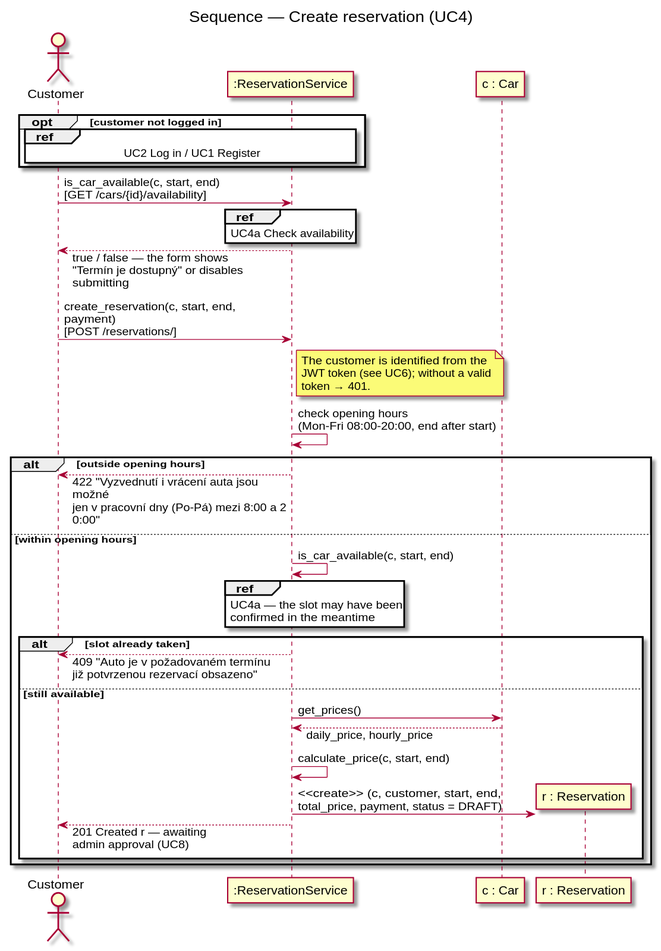
DavidMagyarics/CarRentalVSB keeps this PlantUML diagram as docs/diagrams/sequence-make-reservation.svg. Above is the earlier version.
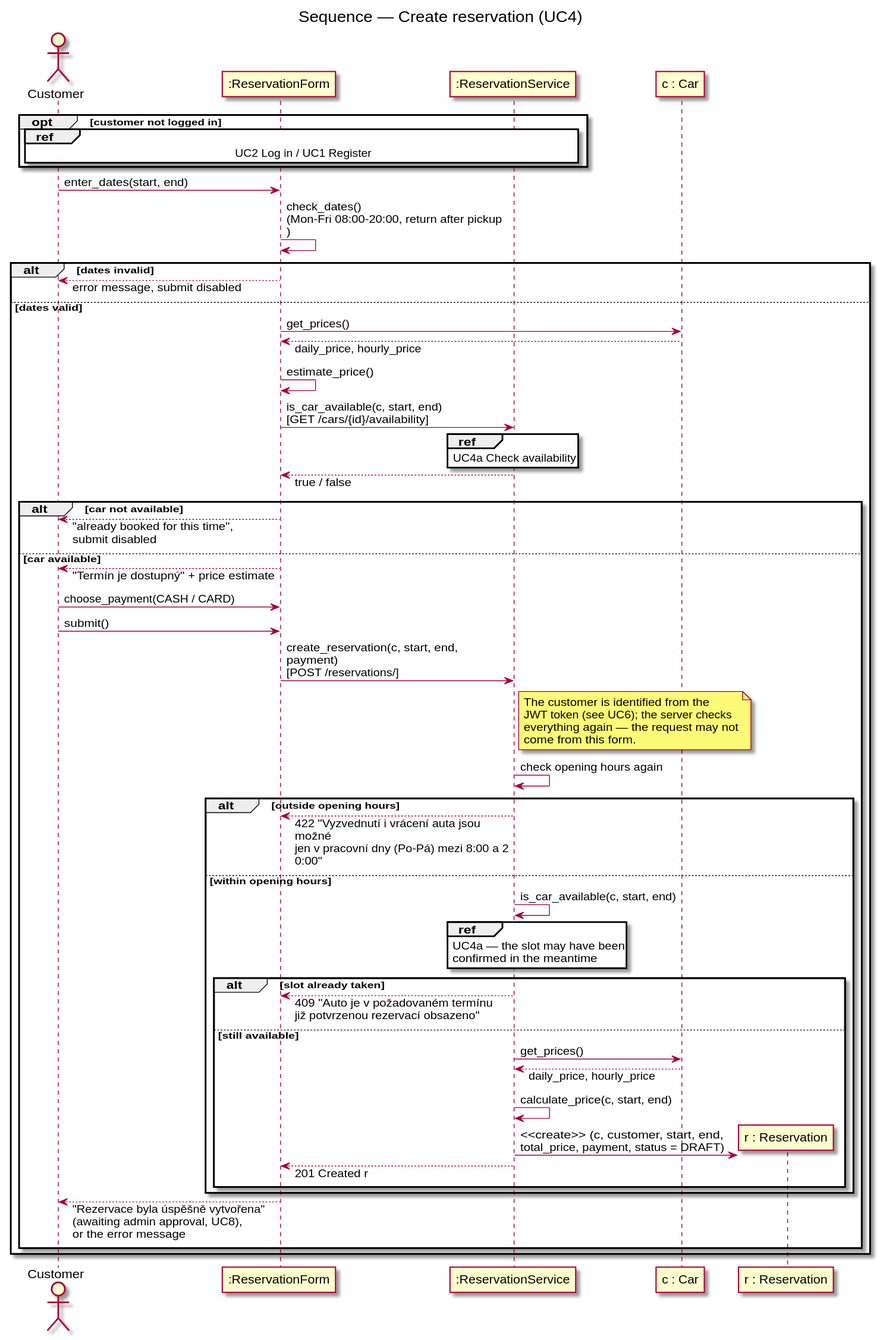
The same file after the commit.

Change to the diagram source:
```diff
@@ -4,6 +4,7 @@
 skinparam maxMessageSize 260
 title Sequence — Create reservation (UC4)
 actor Customer
+participant ":ReservationForm" as Form
 participant ":ReservationService" as Res
 participant "c : Car" as C
 participant "r : Reservation" as R
@@ -12,32 +13,51 @@
   ref over Customer, Res : UC2 Log in / UC1 Register
 end
 
-Customer -> Res : is_car_available(c, start, end)\n[GET /cars/{id}/availability]
-ref over Res : UC4a Check availability
-Res --> Customer : true / false — the form shows\n"Termín je dostupný" or disables submitting
+Customer -> Form : enter_dates(start, end)
+Form -> Form : check_dates()\n(Mon-Fri 08:00-20:00, return after pickup)
 
-Customer -> Res : create_reservation(c, start, end, payment)\n[POST /reservations/]
-note right of Res
-  The customer is identified from the
-  JWT token (see UC6); without a valid
-  token → 401.
-end note
-Res -> Res : check opening hours\n(Mon-Fri 08:00-20:00, end after start)
+alt dates invalid
+  Form --> Customer : error message, submit disabled
+else dates valid
+  Form -> C : get_prices()
+  C --> Form : daily_price, hourly_price
+  Form -> Form : estimate_price()
+  Form -> Res : is_car_available(c, start, end)\n[GET /cars/{id}/availability]
+  ref over Res : UC4a Check availability
+  Res --> Form : true / false
 
-alt outside opening hours
-  Res --> Customer : 422 "Vyzvednutí i vrácení auta jsou možné\njen v pracovní dny (Po-Pá) mezi 8:00 a 20:00"
-else within opening hours
-  Res -> Res : is_car_available(c, start, end)
-  ref over Res : UC4a — the slot may have been\nconfirmed in the meantime
-  alt slot already taken
-    Res --> Customer : 409 "Auto je v požadovaném termínu\njiž potvrzenou rezervací obsazeno"
-  else still available
-    Res -> C : get_prices()
-    C --> Res : daily_price, hourly_price
-    Res -> Res : calculate_price(c, start, end)
-    create R
-    Res -> R : <<create>> (c, customer, start, end,\ntotal_price, payment, status = DRAFT)
-    Res --> Customer : 201 Created r — awaiting\nadmin approval (UC8)
+  alt car not available
+    Form --> Customer : "already booked for this time",\nsubmit disabled
+  else car available
+    Form --> Customer : "Termín je dostupný" + price estimate
+    Customer -> Form : choose_payment(CASH / CARD)
+    Customer -> Form : submit()
+    Form -> Res : create_reservation(c, start, end, payment)\n[POST /reservations/]
+    note right of Res
+      The customer is identified from the
+      JWT token (see UC6); the server checks
+      everything again — the request may not
+      come from this form.
+    end note
+    Res -> Res : check opening hours again
+
+    alt outside opening hours
+      Res --> Form : 422 "Vyzvednutí i vrácení auta jsou možné\njen v pracovní dny (Po-Pá) mezi 8:00 a 20:00"
+    else within opening hours
+      Res -> Res : is_car_available(c, start, end)
+      ref over Res : UC4a — the slot may have been\nconfirmed in the meantime
+      alt slot already taken
+        Res --> Form : 409 "Auto je v požadovaném termínu\njiž potvrzenou rezervací obsazeno"
+      else still available
+        Res -> C : get_prices()
+        C --> Res : daily_price, hourly_price
+        Res -> Res : calculate_price(c, start, end)
+        create R
+        Res -> R : <<create>> (c, customer, start, end,\ntotal_price, payment, status = DRAFT)
+        Res --> Form : 201 Created r
+      end
+    end
+    Form --> Customer : "Rezervace byla úspěšně vytvořena"\n(awaiting admin approval, UC8),\nor the error message
   end
 end
 @enduml
```
